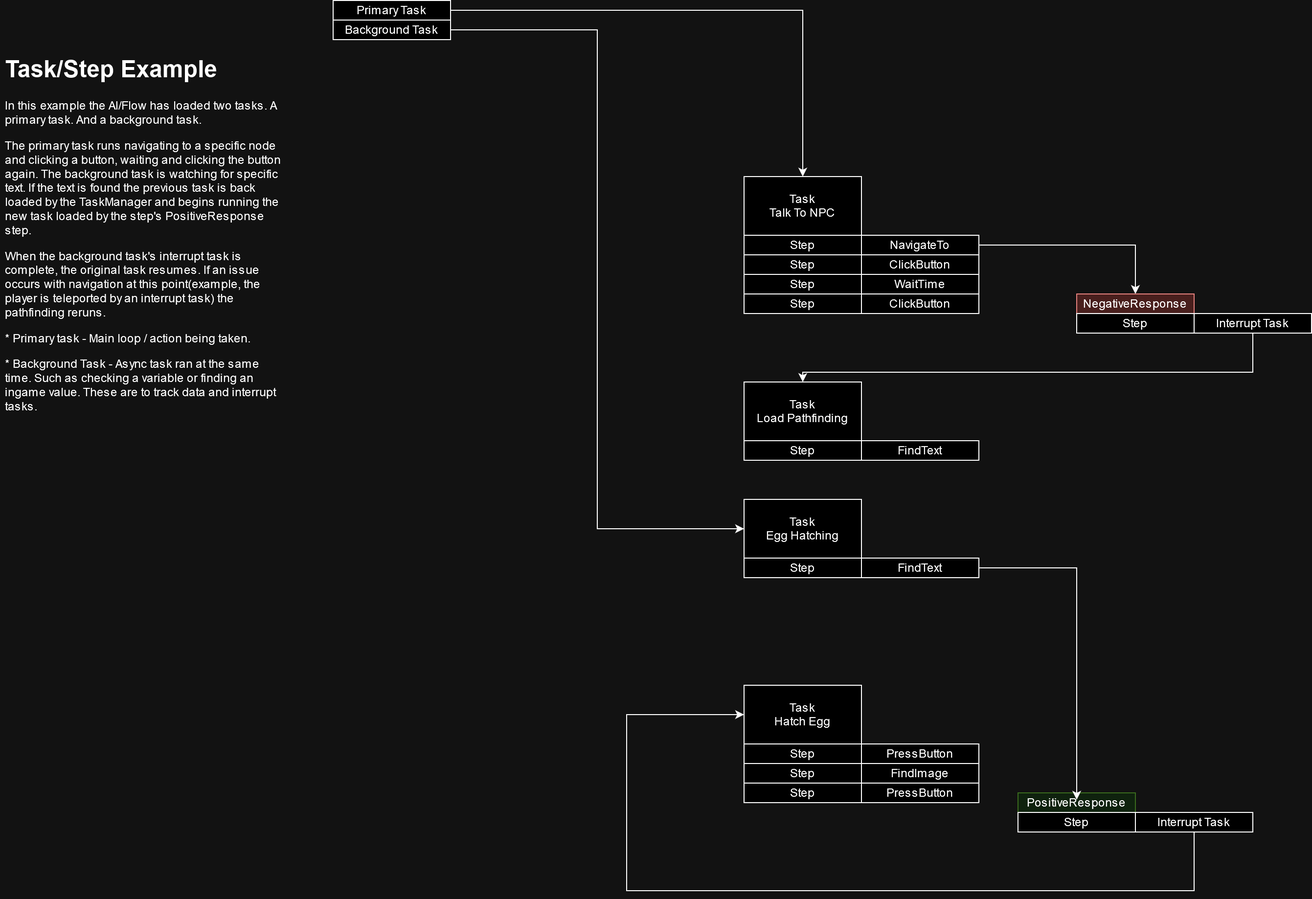
Above: Concepts/TaskStep Example.png in TehCactusPlant/TehAutoPilot (draw.io), before the change. Source tidied: cells renumbered, new cells last; positions are measured from the earlier drawing's top-left corner, leaving out a move shared by most shapes. The source it was exported from:
```xml
<mxGraphModel>
  <root>
    <mxCell id="0" />
    <mxCell id="1" parent="0" />
    <mxCell id="2" value="&lt;div&gt;Task&lt;/div&gt;&lt;div&gt;Talk To NPC&lt;br&gt;&lt;/div&gt;" style="rounded=0;whiteSpace=wrap;html=1;" parent="1" vertex="1">
      <mxGeometry x="760" y="180" width="120" height="60" as="geometry" />
    </mxCell>
    <mxCell id="3" value="Step" style="rounded=0;whiteSpace=wrap;html=1;" parent="1" vertex="1">
      <mxGeometry x="760" y="240" width="120" height="20" as="geometry" />
    </mxCell>
    <mxCell id="4" value="Step" style="rounded=0;whiteSpace=wrap;html=1;" parent="1" vertex="1">
      <mxGeometry x="760" y="260" width="120" height="20" as="geometry" />
    </mxCell>
    <mxCell id="5" value="Step" style="rounded=0;whiteSpace=wrap;html=1;" parent="1" vertex="1">
      <mxGeometry x="760" y="280" width="120" height="20" as="geometry" />
    </mxCell>
    <mxCell id="6" style="edgeStyle=orthogonalEdgeStyle;rounded=0;jettySize=auto;html=1;entryX=0.5;entryY=0;entryDx=0;entryDy=0;" parent="1" edge="1" source="7" target="31">
      <mxGeometry relative="1" as="geometry" />
    </mxCell>
    <mxCell id="7" value="NavigateTo" style="rounded=0;whiteSpace=wrap;html=1;" parent="1" vertex="1">
      <mxGeometry x="880" y="240" width="120" height="20" as="geometry" />
    </mxCell>
    <mxCell id="8" value="ClickButton" style="rounded=0;whiteSpace=wrap;html=1;" parent="1" vertex="1">
      <mxGeometry x="880" y="260" width="120" height="20" as="geometry" />
    </mxCell>
    <mxCell id="9" value="WaitTime" style="rounded=0;whiteSpace=wrap;html=1;" parent="1" vertex="1">
      <mxGeometry x="880" y="280" width="120" height="20" as="geometry" />
    </mxCell>
    <mxCell id="10" value="ClickButton" style="rounded=0;whiteSpace=wrap;html=1;" parent="1" vertex="1">
      <mxGeometry x="880" y="300" width="120" height="20" as="geometry" />
    </mxCell>
    <mxCell id="11" value="&lt;div&gt;Task&lt;/div&gt;&lt;div&gt;Hatch Egg&lt;br&gt;&lt;/div&gt;" style="rounded=0;whiteSpace=wrap;html=1;" parent="1" vertex="1">
      <mxGeometry x="760" y="700" width="120" height="60" as="geometry" />
    </mxCell>
    <mxCell id="12" value="Step" style="rounded=0;whiteSpace=wrap;html=1;" parent="1" vertex="1">
      <mxGeometry x="760" y="760" width="120" height="20" as="geometry" />
    </mxCell>
    <mxCell id="13" value="Step" style="rounded=0;whiteSpace=wrap;html=1;" parent="1" vertex="1">
      <mxGeometry x="760" y="780" width="120" height="20" as="geometry" />
    </mxCell>
    <mxCell id="14" value="Step" style="rounded=0;whiteSpace=wrap;html=1;" parent="1" vertex="1">
      <mxGeometry x="760" y="800" width="120" height="20" as="geometry" />
    </mxCell>
    <mxCell id="15" value="Step" style="rounded=0;whiteSpace=wrap;html=1;" parent="1" vertex="1">
      <mxGeometry x="760" y="300" width="120" height="20" as="geometry" />
    </mxCell>
    <mxCell id="16" value="PressButton" style="rounded=0;whiteSpace=wrap;html=1;" parent="1" vertex="1">
      <mxGeometry x="880" y="760" width="120" height="20" as="geometry" />
    </mxCell>
    <mxCell id="17" value="FindImage" style="rounded=0;whiteSpace=wrap;html=1;" parent="1" vertex="1">
      <mxGeometry x="880" y="780" width="120" height="20" as="geometry" />
    </mxCell>
    <mxCell id="18" value="PressButton" style="rounded=0;whiteSpace=wrap;html=1;" parent="1" vertex="1">
      <mxGeometry x="880" y="800" width="120" height="20" as="geometry" />
    </mxCell>
    <mxCell id="19" style="edgeStyle=orthogonalEdgeStyle;rounded=0;jettySize=auto;html=1;" parent="1" edge="1" source="20" target="2">
      <mxGeometry relative="1" as="geometry" />
    </mxCell>
    <mxCell id="20" value="Primary Task" style="rounded=0;whiteSpace=wrap;html=1;" parent="1" vertex="1">
      <mxGeometry x="340" width="120" height="20" as="geometry" />
    </mxCell>
    <mxCell id="21" style="edgeStyle=orthogonalEdgeStyle;rounded=0;jettySize=auto;html=1;entryX=0;entryY=0.5;entryDx=0;entryDy=0;" parent="1" edge="1" source="22" target="23">
      <mxGeometry relative="1" as="geometry" />
    </mxCell>
    <mxCell id="22" value="Background Task" style="rounded=0;whiteSpace=wrap;html=1;" parent="1" vertex="1">
      <mxGeometry x="340" y="20" width="120" height="20" as="geometry" />
    </mxCell>
    <mxCell id="23" value="&lt;div&gt;Task&lt;/div&gt;&lt;div&gt;Egg Hatching&lt;br&gt;&lt;/div&gt;" style="rounded=0;whiteSpace=wrap;html=1;" parent="1" vertex="1">
      <mxGeometry x="760" y="510" width="120" height="60" as="geometry" />
    </mxCell>
    <mxCell id="24" value="Step" style="rounded=0;whiteSpace=wrap;html=1;" parent="1" vertex="1">
      <mxGeometry x="760" y="570" width="120" height="20" as="geometry" />
    </mxCell>
    <mxCell id="25" value="FindText" style="rounded=0;whiteSpace=wrap;html=1;" parent="1" vertex="1">
      <mxGeometry x="880" y="570" width="120" height="20" as="geometry" />
    </mxCell>
    <mxCell id="26" value="PositiveResponse" style="rounded=0;whiteSpace=wrap;html=1;fillColor=#d5e8d4;strokeColor=#82b366;" parent="1" vertex="1">
      <mxGeometry x="1040" y="810" width="120" height="20" as="geometry" />
    </mxCell>
    <mxCell id="27" value="Step" style="rounded=0;whiteSpace=wrap;html=1;" parent="1" vertex="1">
      <mxGeometry x="1040" y="830" width="120" height="20" as="geometry" />
    </mxCell>
    <mxCell id="28" style="edgeStyle=orthogonalEdgeStyle;rounded=0;jettySize=auto;html=1;" parent="1" edge="1" source="29" target="11">
      <mxGeometry relative="1" as="geometry">
        <Array as="points">
          <mxPoint x="1220" y="910" />
          <mxPoint x="640" y="910" />
          <mxPoint x="640" y="730" />
        </Array>
      </mxGeometry>
    </mxCell>
    <mxCell id="29" value="Interrupt Task" style="rounded=0;whiteSpace=wrap;html=1;" parent="1" vertex="1">
      <mxGeometry x="1160" y="830" width="120" height="20" as="geometry" />
    </mxCell>
    <mxCell id="30" style="edgeStyle=orthogonalEdgeStyle;rounded=0;jettySize=auto;html=1;entryX=0.5;entryY=0.35;entryDx=0;entryDy=0;entryPerimeter=0;" parent="1" edge="1" source="25" target="26">
      <mxGeometry relative="1" as="geometry" />
    </mxCell>
    <mxCell id="31" value="NegativeResponse" style="rounded=0;whiteSpace=wrap;html=1;fillColor=#f8cecc;strokeColor=#b85450;" parent="1" vertex="1">
      <mxGeometry x="1100" y="300" width="120" height="20" as="geometry" />
    </mxCell>
    <mxCell id="32" value="Step" style="rounded=0;whiteSpace=wrap;html=1;" parent="1" vertex="1">
      <mxGeometry x="1100" y="320" width="120" height="20" as="geometry" />
    </mxCell>
    <mxCell id="33" style="edgeStyle=orthogonalEdgeStyle;rounded=0;jettySize=auto;html=1;entryX=0.5;entryY=0;entryDx=0;entryDy=0;" parent="1" edge="1" source="34" target="35">
      <mxGeometry relative="1" as="geometry">
        <Array as="points">
          <mxPoint x="1280" y="380" />
          <mxPoint x="820" y="380" />
        </Array>
      </mxGeometry>
    </mxCell>
    <mxCell id="34" value="Interrupt Task" style="rounded=0;whiteSpace=wrap;html=1;" parent="1" vertex="1">
      <mxGeometry x="1220" y="320" width="120" height="20" as="geometry" />
    </mxCell>
    <mxCell id="35" value="&lt;div&gt;Task&lt;/div&gt;&lt;div&gt;Load Pathfinding&lt;br&gt;&lt;/div&gt;" style="rounded=0;whiteSpace=wrap;html=1;" parent="1" vertex="1">
      <mxGeometry x="760" y="390" width="120" height="60" as="geometry" />
    </mxCell>
    <mxCell id="36" value="Step" style="rounded=0;whiteSpace=wrap;html=1;" parent="1" vertex="1">
      <mxGeometry x="760" y="450" width="120" height="20" as="geometry" />
    </mxCell>
    <mxCell id="37" value="FindText" style="rounded=0;whiteSpace=wrap;html=1;" parent="1" vertex="1">
      <mxGeometry x="880" y="450" width="120" height="20" as="geometry" />
    </mxCell>
    <mxCell id="38" value="&lt;h1&gt;Task/Step Example&lt;br&gt;&lt;/h1&gt;&lt;p&gt;In this example the AI/Flow has loaded two tasks. A primary task. And a background task.&lt;/p&gt;&lt;p&gt;The primary task runs navigating to a specific node and clicking a button, waiting and clicking the button again. The background task is watching for specific text. If the text is found the previous task is back loaded by the TaskManager and begins running the new task loaded by the step's PositiveResponse step. &lt;br&gt;&lt;/p&gt;&lt;p&gt;When the background task's interrupt task is complete, the original task resumes. If an issue occurs with navigation at this point(example, the player is teleported by an interrupt task) the pathfinding reruns.&lt;br&gt;&lt;/p&gt;&lt;p&gt;* Primary task - Main loop / action being taken.&lt;/p&gt;&lt;p&gt;* Background Task - Async task ran at the same time. Such as checking a variable or finding an ingame value. These are to track data and interrupt tasks.&lt;/p&gt;&lt;p&gt;&lt;br&gt;&lt;/p&gt;" style="text;html=1;strokeColor=none;fillColor=none;spacing=5;spacingTop=-20;whiteSpace=wrap;overflow=hidden;rounded=0;" parent="1" vertex="1">
      <mxGeometry y="50" width="290" height="520" as="geometry" />
    </mxCell>
  </root>
</mxGraphModel>
```
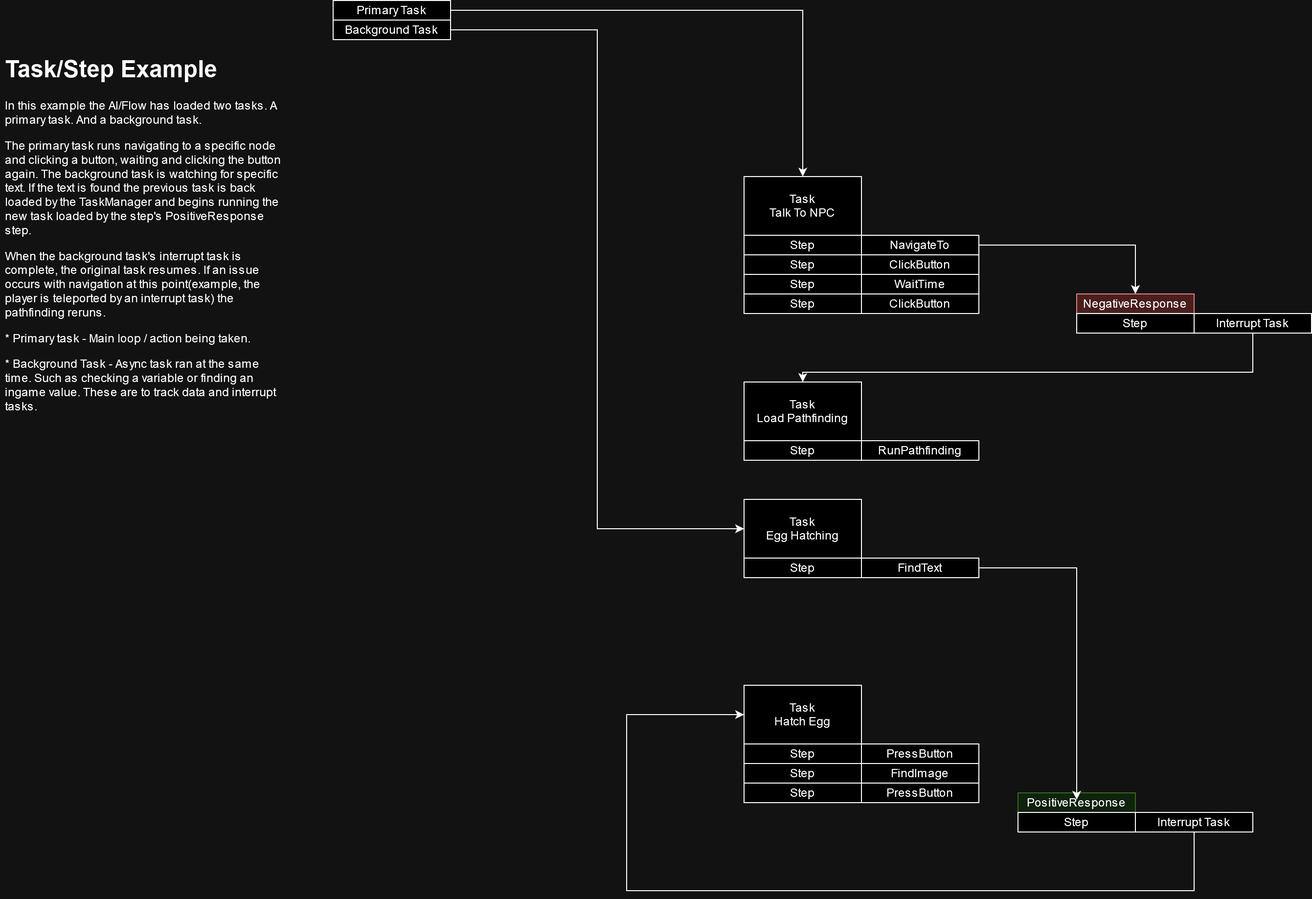
After the commit.

Commit message:
Fixed typo in TaskStep Example image

Change to the diagram source:
```diff
@@ -118,7 +118,7 @@
     <mxCell id="36" value="Step" style="rounded=0;whiteSpace=wrap;html=1;" parent="1" vertex="1">
       <mxGeometry x="760" y="450" width="120" height="20" as="geometry" />
     </mxCell>
-    <mxCell id="37" value="FindText" style="rounded=0;whiteSpace=wrap;html=1;" parent="1" vertex="1">
+    <mxCell id="37" value="RunPathfinding" style="rounded=0;whiteSpace=wrap;html=1;" parent="1" vertex="1">
       <mxGeometry x="880" y="450" width="120" height="20" as="geometry" />
     </mxCell>
     <mxCell id="38" value="&lt;h1&gt;Task/Step Example&lt;br&gt;&lt;/h1&gt;&lt;p&gt;In this example the AI/Flow has loaded two tasks. A primary task. And a background task.&lt;/p&gt;&lt;p&gt;The primary task runs navigating to a specific node and clicking a button, waiting and clicking the button again. The background task is watching for specific text. If the text is found the previous task is back loaded by the TaskManager and begins running the new task loaded by the step's PositiveResponse step. &lt;br&gt;&lt;/p&gt;&lt;p&gt;When the background task's interrupt task is complete, the original task resumes. If an issue occurs with navigation at this point(example, the player is teleported by an interrupt task) the pathfinding reruns.&lt;br&gt;&lt;/p&gt;&lt;p&gt;* Primary task - Main loop / action being taken.&lt;/p&gt;&lt;p&gt;* Background Task - Async task ran at the same time. Such as checking a variable or finding an ingame value. These are to track data and interrupt tasks.&lt;/p&gt;&lt;p&gt;&lt;br&gt;&lt;/p&gt;" style="text;html=1;strokeColor=none;fillColor=none;spacing=5;spacingTop=-20;whiteSpace=wrap;overflow=hidden;rounded=0;" parent="1" vertex="1">
```
